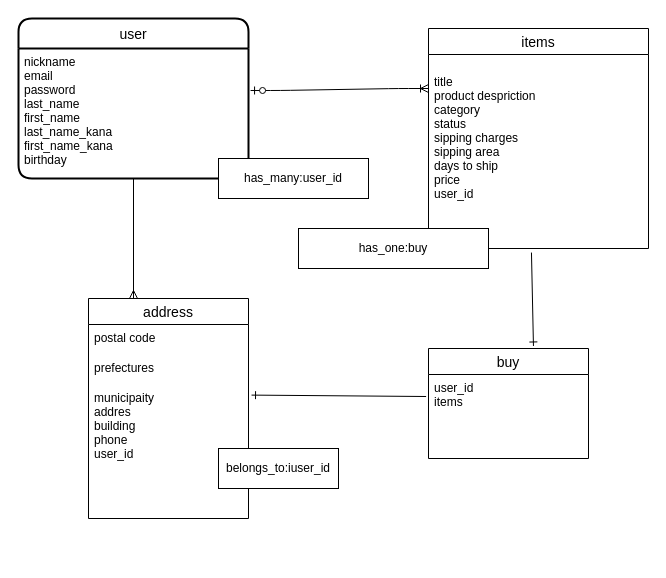
Before: test.dio in jinmijhashi/furima-32871, a draw.io diagram. Source tidied: cells renumbered, new cells numbered last; positions are measured from the earlier drawing's top-left corner, leaving out a move shared by most shapes. Both pictures are drawn from the tidied source at 100%, with x=0, y=0 at pixel (18, 18).
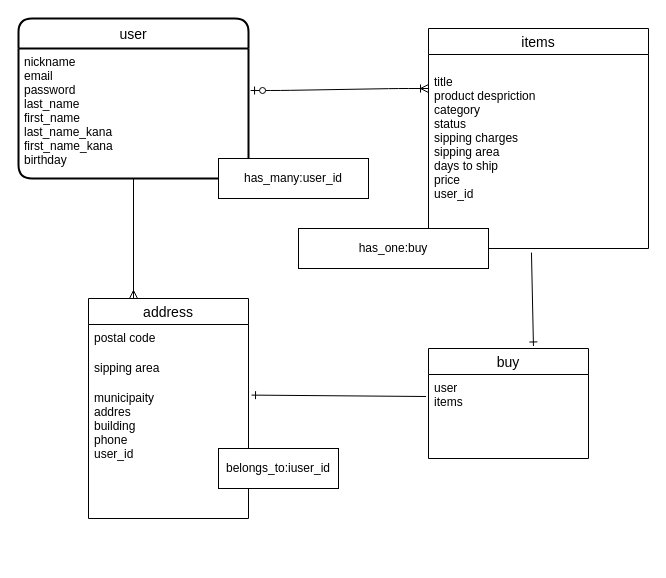
After the change.

Unchanged cells that the change refers to:
```xml
<mxCell id="6" value="address" style="swimlane;fontStyle=0;horizontal=1;startSize=26;align=center;fontSize=14;" parent="1" vertex="1">
  <mxGeometry x="70" y="280" width="160" height="220" as="geometry" />
</mxCell>
<mxCell id="11" value="buy" style="swimlane;fontStyle=0;horizontal=1;startSize=26;align=center;fontSize=14;" parent="1" vertex="1">
  <mxGeometry x="410" y="330" width="160" height="110" as="geometry" />
</mxCell>
```

The edit, as a diff of the source:
```diff
@@
-    <mxCell id="8" value="prefectures" style="text;strokeColor=none;fillColor=none;spacingLeft=4;spacingRight=4;overflow=hidden;fontSize=12;" parent="6" vertex="1">
+    <mxCell id="8" value="sipping area" style="text;strokeColor=none;fillColor=none;spacingLeft=4;spacingRight=4;overflow=hidden;fontSize=12;" parent="6" vertex="1">
       <mxGeometry y="56" width="160" height="164" as="geometry" />
     </mxCell>
@@
-    <mxCell id="12" value="user_id&#10;items" style="text;strokeColor=none;fillColor=none;spacingLeft=4;spacingRight=4;overflow=hidden;fontSize=12;" parent="11" vertex="1">
+    <mxCell id="12" value="user&#10;items" style="text;strokeColor=none;fillColor=none;spacingLeft=4;spacingRight=4;overflow=hidden;fontSize=12;" parent="11" vertex="1">
       <mxGeometry y="26" width="160" height="84" as="geometry" />
     </mxCell>
```
